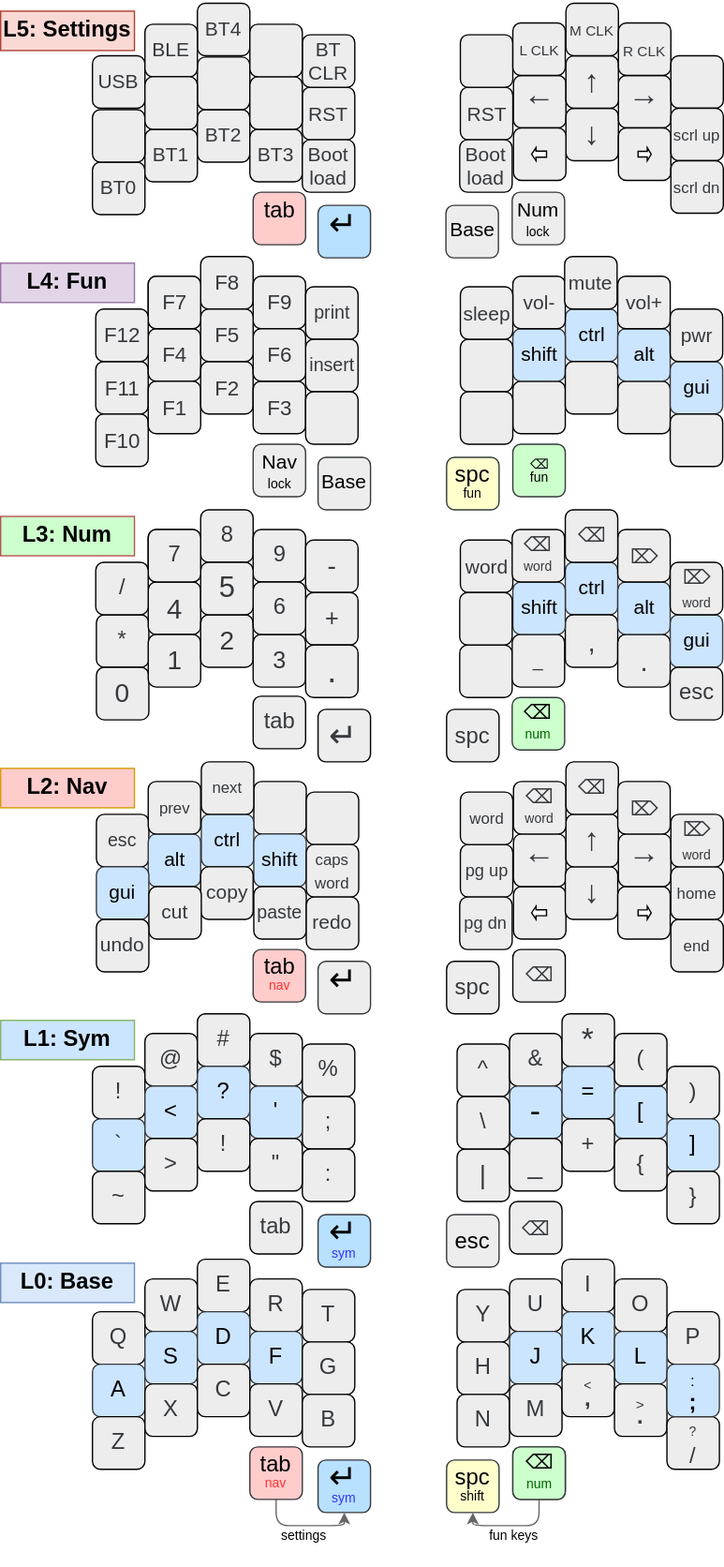
Before: images/Keymap.drawio.svg, a diagram exported from draw.io (glenn20/zmk-sweep). Source tidied: cells renumbered, new cells last; positions are measured from the earlier drawing's top-left corner, leaving out a move shared by most shapes.
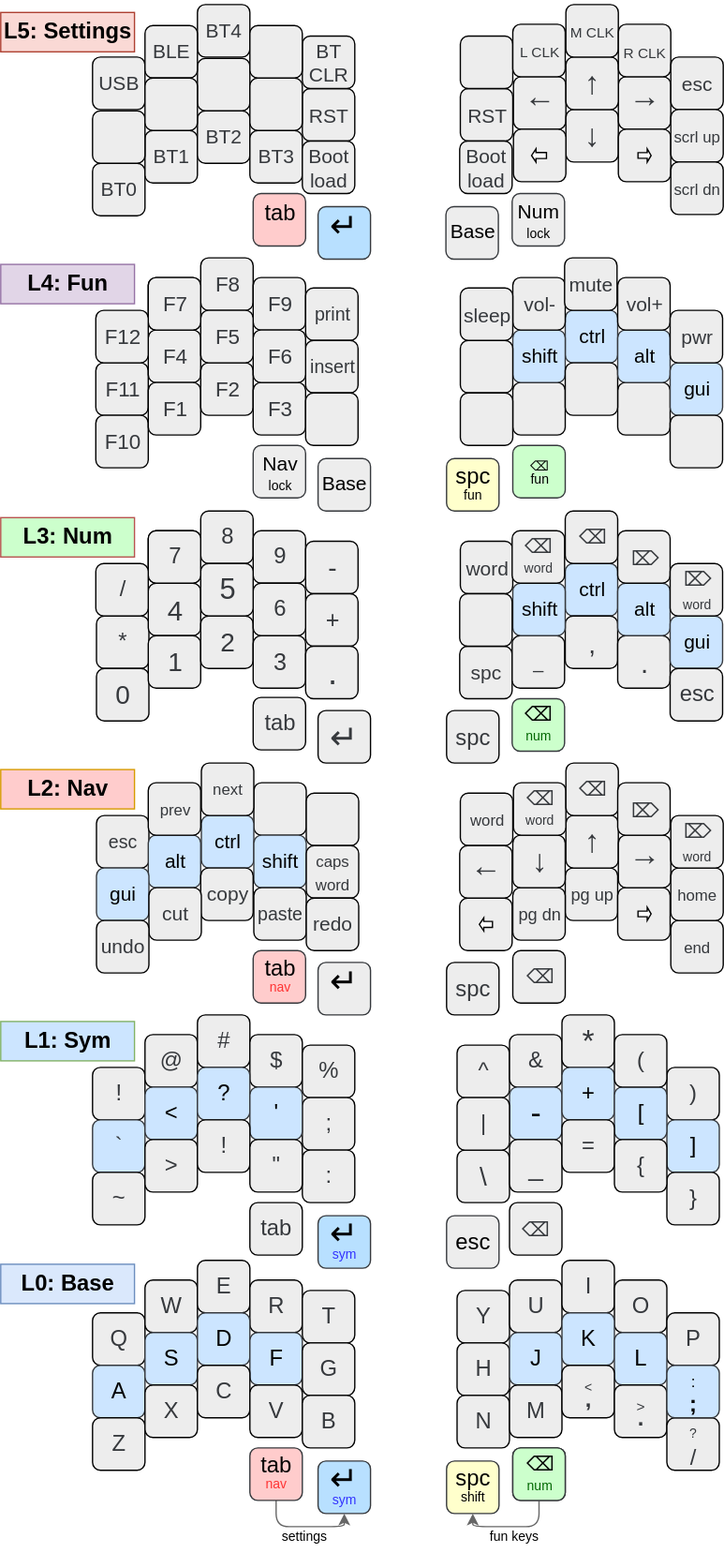
After the change.

Commit message:
Update keymap layout images.

The edit, as a diff of the source:
```diff
@@ -166,7 +166,7 @@
     <mxCell id="54" value="&lt;font style=&quot;font-size: 24px;&quot;&gt;*&lt;/font&gt;" style="whiteSpace=wrap;html=1;fontSize=17;fontFamily=Helvetica;fontStyle=0;fontColor=#36393D;fillColor=#EDEDED;rounded=1;strokeColor=#000000;" parent="1" vertex="1">
       <mxGeometry x="428" y="770" width="40" height="40" as="geometry" />
     </mxCell>
-    <mxCell id="55" value="&lt;font style=&quot;font-size: 20px;&quot;&gt;|&lt;/font&gt;" style="whiteSpace=wrap;html=1;fontSize=17;fontFamily=Helvetica;fontStyle=0;fontColor=#36393D;fillColor=#EDEDED;rounded=1;strokeColor=#000000;" parent="1" vertex="1">
+    <mxCell id="55" value="&lt;font style=&quot;font-size: 20px;&quot;&gt;\&lt;/font&gt;" style="whiteSpace=wrap;html=1;fontSize=17;fontFamily=Helvetica;fontStyle=0;fontColor=#36393D;fillColor=#EDEDED;rounded=1;strokeColor=#000000;" parent="1" vertex="1">
       <mxGeometry x="348" y="873" width="40" height="40" as="geometry" />
     </mxCell>
     <mxCell id="56" value=")" style="whiteSpace=wrap;html=1;fontSize=17;fontFamily=Helvetica;fontStyle=0;fontColor=#36393D;fillColor=#EDEDED;rounded=1;strokeColor=#000000;" parent="1" vertex="1">
@@ -175,7 +175,7 @@
     <mxCell id="57" value="&lt;font style=&quot;font-size: 24px;&quot;&gt;-&lt;/font&gt;" style="whiteSpace=wrap;html=1;fontSize=17;fontFamily=Helvetica;fontStyle=0;fillColor=#cce5ff;rounded=1;strokeColor=#36393d;" parent="1" vertex="1">
       <mxGeometry x="388" y="825" width="40" height="40" as="geometry" />
     </mxCell>
-    <mxCell id="58" value="=" style="whiteSpace=wrap;html=1;fontSize=17;fontFamily=Helvetica;fontStyle=0;fillColor=#cce5ff;rounded=1;strokeColor=#36393d;" parent="1" vertex="1">
+    <mxCell id="58" value="+" style="whiteSpace=wrap;html=1;fontSize=17;fontFamily=Helvetica;fontStyle=0;fillColor=#cce5ff;rounded=1;strokeColor=#36393d;" parent="1" vertex="1">
       <mxGeometry x="428" y="810" width="40" height="40" as="geometry" />
     </mxCell>
     <mxCell id="59" value="]" style="whiteSpace=wrap;html=1;fontSize=17;fontFamily=Helvetica;fontStyle=0;fillColor=#cce5ff;rounded=1;strokeColor=#36393d;" parent="1" vertex="1">
@@ -184,13 +184,13 @@
     <mxCell id="60" value="[" style="whiteSpace=wrap;html=1;fontSize=17;fontFamily=Helvetica;fontStyle=0;fillColor=#cce5ff;rounded=1;strokeColor=#36393d;" parent="1" vertex="1">
       <mxGeometry x="468" y="825" width="40" height="40" as="geometry" />
     </mxCell>
-    <mxCell id="61" value="\" style="whiteSpace=wrap;html=1;fontSize=17;fontFamily=Helvetica;fontStyle=0;fontColor=#36393D;fillColor=#EDEDED;rounded=1;strokeColor=#000000;" parent="1" vertex="1">
+    <mxCell id="61" value="|" style="whiteSpace=wrap;html=1;fontSize=17;fontFamily=Helvetica;fontStyle=0;fontColor=#36393D;fillColor=#EDEDED;rounded=1;strokeColor=#000000;" parent="1" vertex="1">
       <mxGeometry x="348" y="833" width="40" height="40" as="geometry" />
     </mxCell>
     <mxCell id="62" value="&lt;font style=&quot;font-size: 20px;&quot;&gt;_&lt;/font&gt;" style="whiteSpace=wrap;html=1;fontSize=17;fontFamily=Helvetica;fontStyle=0;fontColor=#36393D;fillColor=#EDEDED;rounded=1;strokeColor=#000000;" parent="1" vertex="1">
       <mxGeometry x="388" y="865" width="40" height="40" as="geometry" />
     </mxCell>
-    <mxCell id="63" value="+" style="whiteSpace=wrap;html=1;fontSize=17;fontFamily=Helvetica;fontStyle=0;fontColor=#36393D;fillColor=#EDEDED;rounded=1;strokeColor=#000000;" parent="1" vertex="1">
+    <mxCell id="63" value="=" style="whiteSpace=wrap;html=1;fontSize=17;fontFamily=Helvetica;fontStyle=0;fontColor=#36393D;fillColor=#EDEDED;rounded=1;strokeColor=#000000;" parent="1" vertex="1">
       <mxGeometry x="428" y="850" width="40" height="40" as="geometry" />
     </mxCell>
     <mxCell id="64" value="}" style="whiteSpace=wrap;html=1;fontSize=17;fontFamily=Helvetica;fontStyle=0;fontColor=#36393D;fillColor=#EDEDED;rounded=1;strokeColor=#000000;" parent="1" vertex="1">
@@ -224,7 +224,7 @@
       <mxGeometry x="471" y="55" width="40" height="40" as="geometry" />
     </mxCell>
     <mxCell id="74" value="&lt;font style=&quot;font-size: 13px;&quot;&gt;pg up&lt;/font&gt;" style="whiteSpace=wrap;html=1;fontSize=14;fontFamily=Helvetica;fontStyle=0;fontColor=#36393D;fillColor=#EDEDED;rounded=1;strokeColor=#000000;" parent="1" vertex="1">
-      <mxGeometry x="350.5" y="641" width="40" height="40" as="geometry" />
+      <mxGeometry x="430.5" y="658" width="40" height="40" as="geometry" />
     </mxCell>
     <mxCell id="75" value="&lt;font style=&quot;font-size: 15px;&quot;&gt;shift&lt;/font&gt;" style="whiteSpace=wrap;html=1;fontSize=17;fontFamily=Helvetica;fontStyle=0;fillColor=#cce5ff;rounded=1;strokeColor=#36393d;" parent="1" vertex="1">
       <mxGeometry x="193" y="633" width="40" height="40" as="geometry" />
@@ -355,7 +355,7 @@
     <mxCell id="117" value="/" style="whiteSpace=wrap;html=1;fontSize=17;fontFamily=Helvetica;fontStyle=0;fontColor=#36393D;fillColor=#EDEDED;rounded=1;strokeColor=#000000;" parent="1" vertex="1">
       <mxGeometry x="72.5" y="426" width="40" height="40" as="geometry" />
     </mxCell>
-    <mxCell id="118" value="&lt;p style=&quot;line-height: 95%;&quot;&gt;&lt;font style=&quot;&quot;&gt;&lt;br&gt;&lt;/font&gt;&lt;/p&gt;" style="whiteSpace=wrap;html=1;fontSize=15;fontFamily=Helvetica;fontStyle=0;fontColor=#36393D;fillColor=#EDEDED;rounded=1;strokeColor=#000000;" parent="1" vertex="1">
+    <mxCell id="118" value="&lt;p style=&quot;line-height: 95%;&quot;&gt;&lt;font style=&quot;&quot;&gt;spc&lt;/font&gt;&lt;/p&gt;" style="whiteSpace=wrap;html=1;fontSize=15;fontFamily=Helvetica;fontStyle=0;fontColor=#36393D;fillColor=#EDEDED;rounded=1;strokeColor=#000000;" parent="1" vertex="1">
       <mxGeometry x="350" y="489" width="40" height="40" as="geometry" />
     </mxCell>
     <mxCell id="119" value="_" style="whiteSpace=wrap;html=1;fontSize=14;fontFamily=Helvetica;fontStyle=0;fontColor=#36393D;fillColor=#EDEDED;rounded=1;strokeColor=#000000;" parent="1" vertex="1">
@@ -535,7 +535,7 @@
       <mxGeometry x="340" y="538" width="40" height="40" as="geometry" />
     </mxCell>
     <mxCell id="176" value="&lt;p style=&quot;line-height: 0%;&quot;&gt;&lt;font style=&quot;font-size: 13px;&quot;&gt;pg dn&lt;/font&gt;&lt;/p&gt;" style="whiteSpace=wrap;html=1;fontSize=14;fontFamily=Helvetica;fontStyle=0;fontColor=#36393D;fillColor=#EDEDED;rounded=1;strokeColor=#000000;" parent="1" vertex="1">
-      <mxGeometry x="350" y="681" width="40" height="40" as="geometry" />
+      <mxGeometry x="390.5" y="673" width="40" height="40" as="geometry" />
     </mxCell>
     <mxCell id="177" value="&lt;p style=&quot;line-height: 0%;&quot;&gt;&lt;font style=&quot;font-weight: normal; font-size: 10px;&quot;&gt;fun keys&lt;/font&gt;&lt;/p&gt;" style="text;strokeColor=none;fillColor=none;html=1;fontSize=24;fontStyle=1;verticalAlign=middle;align=center;" parent="1" vertex="1">
       <mxGeometry x="370" y="1160" width="42" height="10" as="geometry" />
@@ -621,7 +621,7 @@
     <mxCell id="204" value="&lt;span style=&quot;color: rgb(54, 57, 61); font-family: Helvetica; font-style: normal; font-variant-ligatures: normal; font-variant-caps: normal; font-weight: 400; letter-spacing: normal; orphans: 2; text-align: center; text-indent: 0px; text-transform: none; widows: 2; word-spacing: 0px; -webkit-text-stroke-width: 0px; text-decoration-thickness: initial; text-decoration-style: initial; text-decoration-color: initial; float: none; display: inline !important;&quot;&gt;&lt;font style=&quot;font-size: 11px;&quot;&gt;R CLK&lt;/font&gt;&lt;/span&gt;" style="whiteSpace=wrap;html=1;fontSize=15;fontFamily=Helvetica;fontStyle=0;fillColor=#EDEDED;strokeColor=#000000;fontColor=#36393D;rounded=1;" parent="1" vertex="1">
       <mxGeometry x="471" y="15" width="40" height="40" as="geometry" />
     </mxCell>
-    <mxCell id="205" style="whiteSpace=wrap;html=1;fontSize=15;fontFamily=Helvetica;fontStyle=0;fillColor=#EDEDED;strokeColor=#000000;fontColor=#36393D;rounded=1;" parent="1" vertex="1">
+    <mxCell id="205" value="esc" style="whiteSpace=wrap;html=1;fontSize=15;fontFamily=Helvetica;fontStyle=0;fillColor=#EDEDED;strokeColor=#000000;fontColor=#36393D;rounded=1;" parent="1" vertex="1">
       <mxGeometry x="511" y="40" width="40" height="40" as="geometry" />
     </mxCell>
     <mxCell id="206" value="&lt;span style=&quot;font-size: 12px;&quot;&gt;scrl up&lt;/span&gt;" style="whiteSpace=wrap;html=1;fontSize=17;fontFamily=Helvetica;fontStyle=0;fontColor=#36393D;fillColor=#EDEDED;rounded=1;strokeColor=#000000;" parent="1" vertex="1">
@@ -634,16 +634,16 @@
       <mxGeometry x="468" y="785" width="40" height="40" as="geometry" />
     </mxCell>
     <mxCell id="209" value="&lt;p style=&quot;line-height: 60%; font-size: 26px;&quot;&gt;&lt;br style=&quot;font-size: 26px;&quot;&gt;&lt;/p&gt;" style="whiteSpace=wrap;html=1;rotation=0;fontSize=26;fontFamily=Helvetica;fontStyle=0;fontColor=#36393D;fillColor=#EDEDED;rounded=1;strokeColor=#000000;" parent="1" vertex="1">
-      <mxGeometry x="391" y="673" width="40" height="40" as="geometry" />
+      <mxGeometry x="350" y="681" width="40" height="40" as="geometry" />
     </mxCell>
     <mxCell id="210" style="html=1;shadow=0;dashed=0;align=center;verticalAlign=middle;shape=mxgraph.arrows2.arrow;dy=0.54;dx=3.37;flipH=1;notch=0.01;strokeColor=#000000;" parent="1" vertex="1">
-      <mxGeometry x="404.8" y="688" width="11.4" height="10" as="geometry" />
+      <mxGeometry x="365" y="696" width="10" height="10" as="geometry" />
     </mxCell>
     <mxCell id="211" value="&lt;p style=&quot;line-height: 120%; font-size: 24px;&quot;&gt;←&lt;/p&gt;" style="whiteSpace=wrap;html=1;fontSize=24;fontFamily=Helvetica;fontStyle=0;fillColor=#EDEDED;strokeColor=#000000;fontColor=#36393D;rounded=1;verticalAlign=middle;spacingTop=-10;" parent="1" vertex="1">
-      <mxGeometry x="391" y="633" width="40" height="40" as="geometry" />
+      <mxGeometry x="350" y="641" width="40" height="40" as="geometry" />
     </mxCell>
     <mxCell id="212" value="↓" style="whiteSpace=wrap;html=1;fontSize=24;fontFamily=Helvetica;fontStyle=0;fontColor=#36393D;fillColor=#EDEDED;rounded=1;strokeColor=#000000;" parent="1" vertex="1">
-      <mxGeometry x="430.5" y="658" width="40" height="40" as="geometry" />
+      <mxGeometry x="390.5" y="633" width="40" height="40" as="geometry" />
     </mxCell>
     <mxCell id="213" value="&lt;font style=&quot;font-size: 24px;&quot;&gt;↑&lt;/font&gt;" style="whiteSpace=wrap;html=1;rotation=0;fontSize=24;fontFamily=Helvetica;fontStyle=0;fontColor=#36393D;fillColor=#EDEDED;rounded=1;strokeColor=#000000;" parent="1" vertex="1">
       <mxGeometry x="431" y="618" width="40" height="40" as="geometry" />
```
